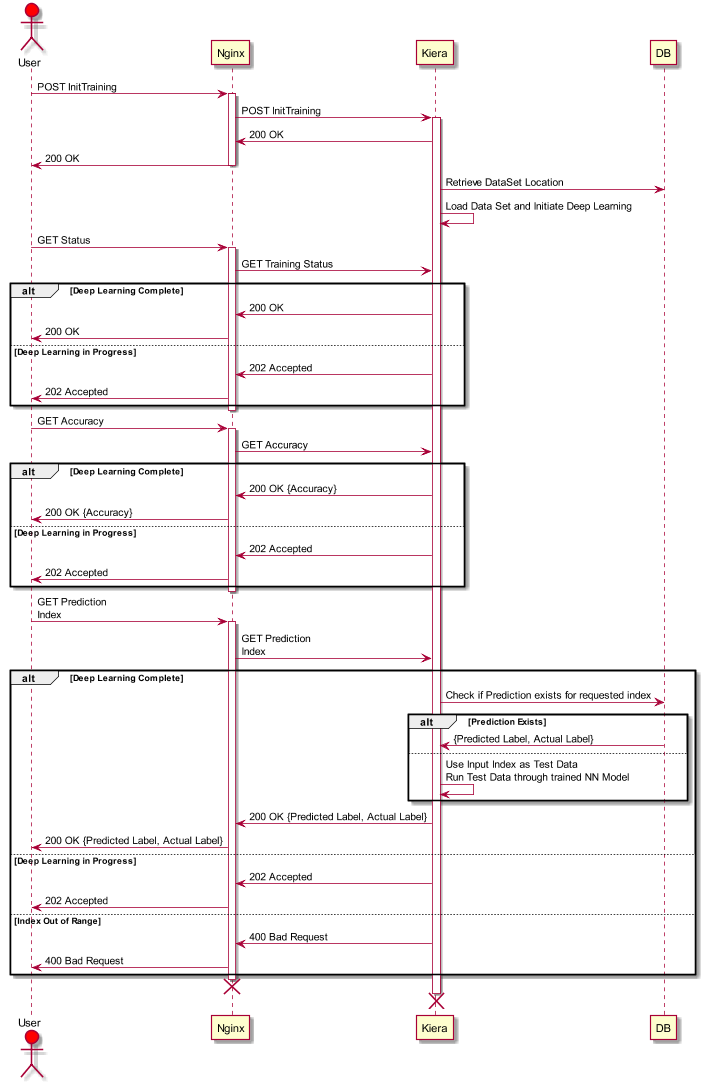
This is design/SequenceDiag.png from rachit-ranjan16/Kiera, a PlantUML export, as it was before one commit.
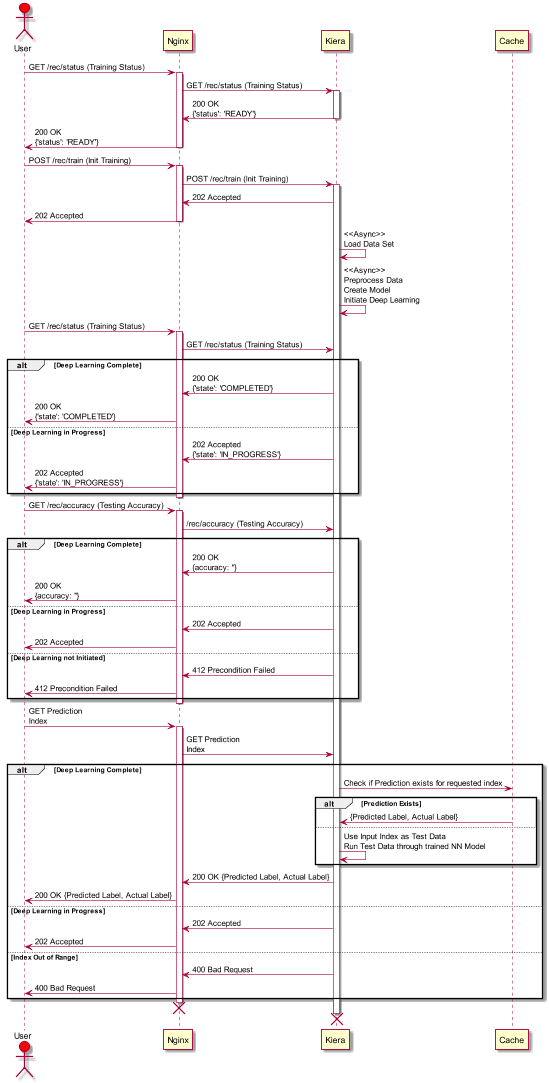
The same diagram one commit later.

Commit message:
Updated Design  - Sequence Diagram  - Component Diagram Refactoring Version Bump up

What changed in the source:
```diff
@@ -2,39 +2,52 @@
 actor User #red
 participant Nginx
 participant Kiera
-participant DB
+participant Cache
 scale 1920*1080
-User->Nginx: POST InitTraining
+
+User->Nginx: GET /rec/status (Training Status)
 activate Nginx
-Nginx->Kiera: POST InitTraining
+Nginx->Kiera: GET /rec/status (Training Status)
 activate Kiera
-Kiera->Nginx: 200 OK
-Nginx->User: 200 OK
+Kiera->Nginx: 200 OK\n{'status': 'READY'}
+deactivate Kiera
+Nginx->User: 200 OK\n{'status': 'READY'}
 deactivate Nginx
-Kiera->DB: Retrieve DataSet Location
-Kiera->Kiera: Load Data Set and Initiate Deep Learning
-User->Nginx: GET Status
+
+User->Nginx: POST /rec/train (Init Training)
 activate Nginx
+Nginx->Kiera: POST /rec/train (Init Training)
+activate Kiera
+Kiera->Nginx: 202 Accepted
+Nginx->User: 202 Accepted
+deactivate Nginx
+Kiera->Kiera: <<Async>>\nLoad Data Set
+Kiera->Kiera: <<Async>>\nPreprocess Data\nCreate Model\nInitiate Deep Learning
 
-Nginx->Kiera: GET Training Status
+User->Nginx: GET /rec/status (Training Status)
+activate Nginx
+Nginx->Kiera: GET /rec/status (Training Status)
 alt Deep Learning Complete
-  Kiera->Nginx: 200 OK
-  Nginx->User: 200 OK
+  Kiera->Nginx: 200 OK\n{'state': 'COMPLETED'}
+  Nginx->User: 200 OK\n{'state': 'COMPLETED'}
+else Deep Learning in Progress
+  Kiera->Nginx: 202 Accepted\n{'state': 'IN_PROGRESS'}
+  Nginx->User: 202 Accepted\n{'state': 'IN_PROGRESS'}
+end
+deactivate Nginx
+
+User->Nginx: GET /rec/accuracy (Testing Accuracy)
+activate Nginx
+Nginx->Kiera: /rec/accuracy (Testing Accuracy)
+alt Deep Learning Complete
+  Kiera->Nginx: 200 OK\n{accuracy: ''}
+  Nginx->User: 200 OK\n{accuracy: ''}
 else Deep Learning in Progress
   Kiera->Nginx: 202 Accepted
   Nginx->User: 202 Accepted
-end
-deactivate Nginx
-
-User->Nginx: GET Accuracy
-activate Nginx
-Nginx->Kiera: GET Accuracy
-alt Deep Learning Complete
-  Kiera->Nginx: 200 OK {Accuracy}
-  Nginx->User: 200 OK {Accuracy}
-else Deep Learning in Progress
-  Kiera->Nginx: 202 Accepted
-  Nginx->User: 202 Accepted
+else Deep Learning not Initiated
+  Kiera->Nginx: 412 Precondition Failed
+  Nginx->User: 412 Precondition Failed
 end
 deactivate Nginx
 
@@ -42,9 +55,9 @@
 activate Nginx
 Nginx->Kiera: GET Prediction\nIndex
 alt Deep Learning Complete
-  Kiera->DB: Check if Prediction exists for requested index
+  Kiera->Cache: Check if Prediction exists for requested index
   alt Prediction Exists
-    DB->Kiera: {Predicted Label, Actual Label}
+    Cache->Kiera: {Predicted Label, Actual Label}
   else
     Kiera->Kiera: Use Input Index as Test Data\nRun Test Data through trained NN Model
   end
```
